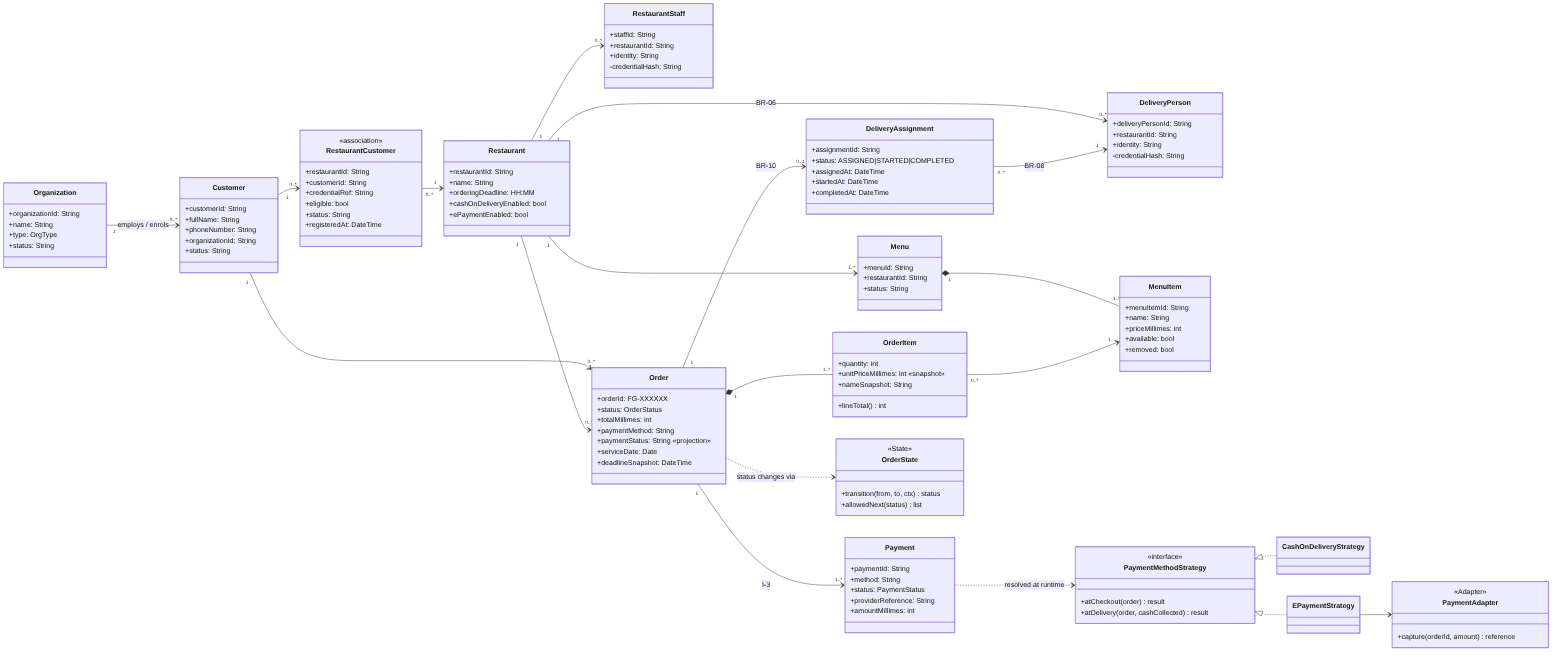
Above: docs/uml/class-diagram.png in HamzaBL04/FoodGO (Mermaid), before the change. Its source is kept beside it as docs/uml/class-diagram.mmd. Its diagram source:
```mermaid
classDiagram
  direction LR
  class Organization {
    +organizationId: String
    +name: String
    +type: OrgType
    +status: String
  }
  class Customer {
    +customerId: String
    +fullName: String
    +phoneNumber: String
    +organizationId: String
    +status: String
  }
  class RestaurantCustomer {
    <<association>>
    +restaurantId: String
    +customerId: String
    +credentialRef: String
    +eligible: bool
    +status: String
    +registeredAt: DateTime
  }
  class Restaurant {
    +restaurantId: String
    +name: String
    +orderingDeadline: HH:MM
    +cashOnDeliveryEnabled: bool
    +ePaymentEnabled: bool
  }
  class RestaurantStaff {
    +staffId: String
    +restaurantId: String
    +identity: String
    -credentialHash: String
  }
  class DeliveryPerson {
    +deliveryPersonId: String
    +restaurantId: String
    +identity: String
    -credentialHash: String
  }
  class Menu {
    +menuId: String
    +restaurantId: String
    +status: String
  }
  class MenuItem {
    +menuItemId: String
    +name: String
    +priceMillimes: int
    +available: bool
    +removed: bool
  }
  class Order {
    +orderId: FG-XXXXXX
    +status: OrderStatus
    +totalMillimes: int
    +paymentMethod: String
    +paymentStatus: String «projection»
    +serviceDate: Date
    +deadlineSnapshot: DateTime
  }
  class OrderItem {
    +quantity: int
    +unitPriceMillimes: int «snapshot»
    +nameSnapshot: String
    +lineTotal() int
  }
  class Payment {
    +paymentId: String
    +method: String
    +status: PaymentStatus
    +providerReference: String
    +amountMillimes: int
  }
  class DeliveryAssignment {
    +assignmentId: String
    +status: ASSIGNED|STARTED|COMPLETED
    +assignedAt: DateTime
    +startedAt: DateTime
    +completedAt: DateTime
  }
  class OrderState {
    <<State>>
    +transition(from, to, ctx) status
    +allowedNext(status) list
  }
  class PaymentMethodStrategy {
    <<interface>>
    +atCheckout(order) result
    +atDelivery(order, cashCollected) result
  }
  class CashOnDeliveryStrategy
  class EPaymentStrategy
  class PaymentAdapter {
    <<Adapter>>
    +capture(orderId, amount) reference
  }

  Organization "1" --> "0..*" Customer : employs / enrols
  Customer "1" --> "0..*" RestaurantCustomer
  RestaurantCustomer "0..*" --> "1" Restaurant
  Restaurant "1" --> "0..*" RestaurantStaff
  Restaurant "1" --> "0..*" DeliveryPerson : BR-06
  Restaurant "1" --> "1..*" Menu
  Menu "1" *-- "1..*" MenuItem
  Customer "1" --> "0..*" Order
  Restaurant "1" --> "0..*" Order
  Order "1" *-- "1..*" OrderItem
  OrderItem "0..*" --> "1" MenuItem
  Order "1" --> "1..*" Payment : I-3
  Order "1" --> "0..1" DeliveryAssignment : BR-10
  DeliveryAssignment "0..*" --> "1" DeliveryPerson : BR-08
  Order ..> OrderState : status changes via
  Payment ..> PaymentMethodStrategy : resolved at runtime
  PaymentMethodStrategy <|.. CashOnDeliveryStrategy
  PaymentMethodStrategy <|.. EPaymentStrategy
  EPaymentStrategy --> PaymentAdapter
```
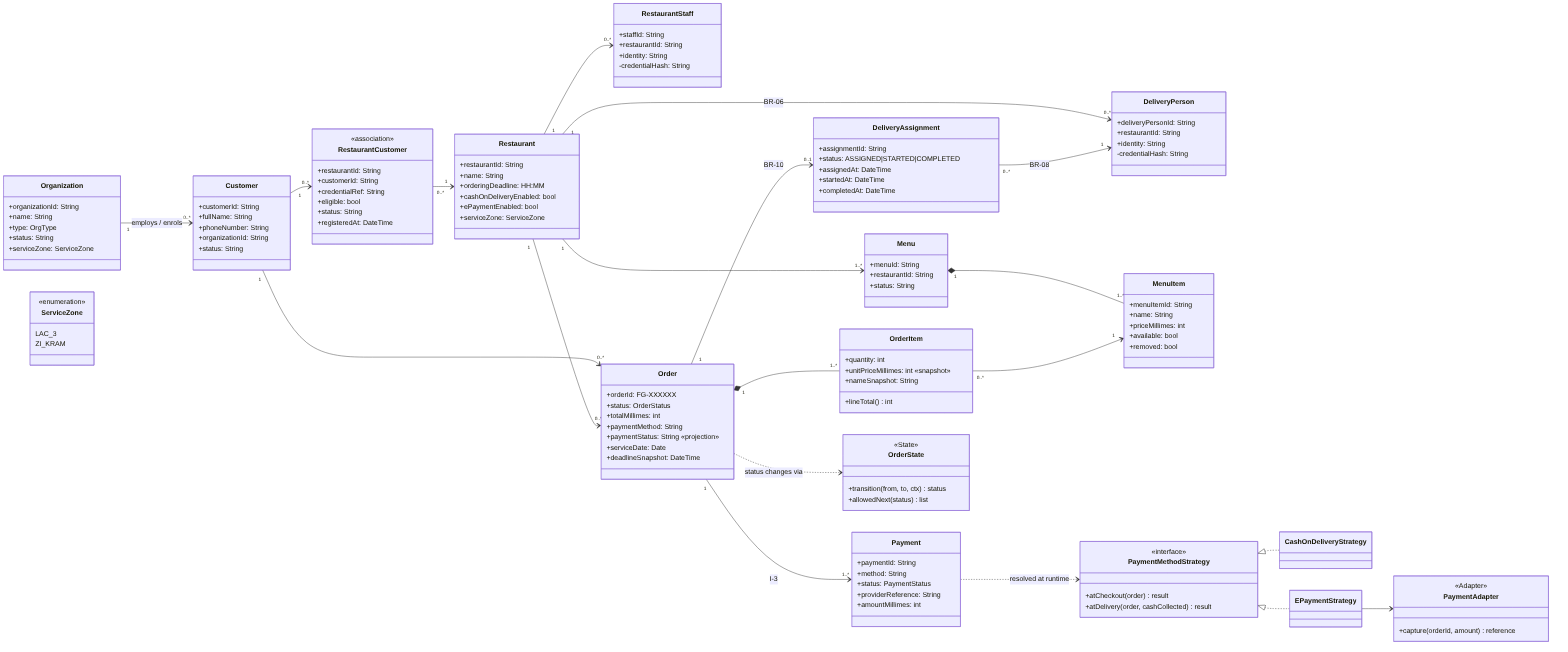
The same file after the commit.

The edit, as a diff of the source:
```diff
@@ -5,6 +5,7 @@
     +name: String
     +type: OrgType
     +status: String
+    +serviceZone: ServiceZone
   }
   class Customer {
     +customerId: String
@@ -28,6 +29,12 @@
     +orderingDeadline: HH:MM
     +cashOnDeliveryEnabled: bool
     +ePaymentEnabled: bool
+    +serviceZone: ServiceZone
+  }
+  class ServiceZone {
+    <<enumeration>>
+    LAC_3
+    ZI_KRAM
   }
   class RestaurantStaff {
     +staffId: String
```
